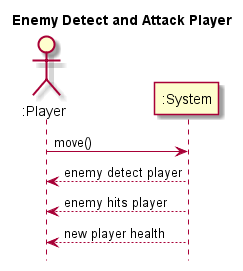
Earlier version of the PlantUML export Assignments/AssignmentTwo/PA Uppgift 3 Sequence Diagrams/PlantUML (remix)/Enemy Attack Player.png (Henkebot/OOD-PA1415-Sallad). Source of this version:
```plantuml
@startuml
hide footbox
title Enemy Detect and Attack Player

actor ":Player" as player
participant ":System" as system

player -> system : move()
system --> player : enemy detect player
system --> player : enemy hits player

system -->  player : new player health


@enduml
```
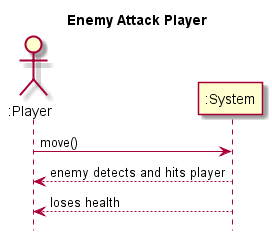
The same file after the commit.

Diff of the diagram source:
```diff
@@ -1,15 +1,15 @@
 @startuml
 hide footbox
-title Enemy Detect and Attack Player
+title Enemy Attack Player
 
 actor ":Player" as player
 participant ":System" as system
 
 player -> system : move()
-system --> player : enemy detect player
-system --> player : enemy hits player
 
-system -->  player : new player health
+system --> player : enemy detects and hits player
+
+system --> player : loses health
 
 
 @enduml
```
